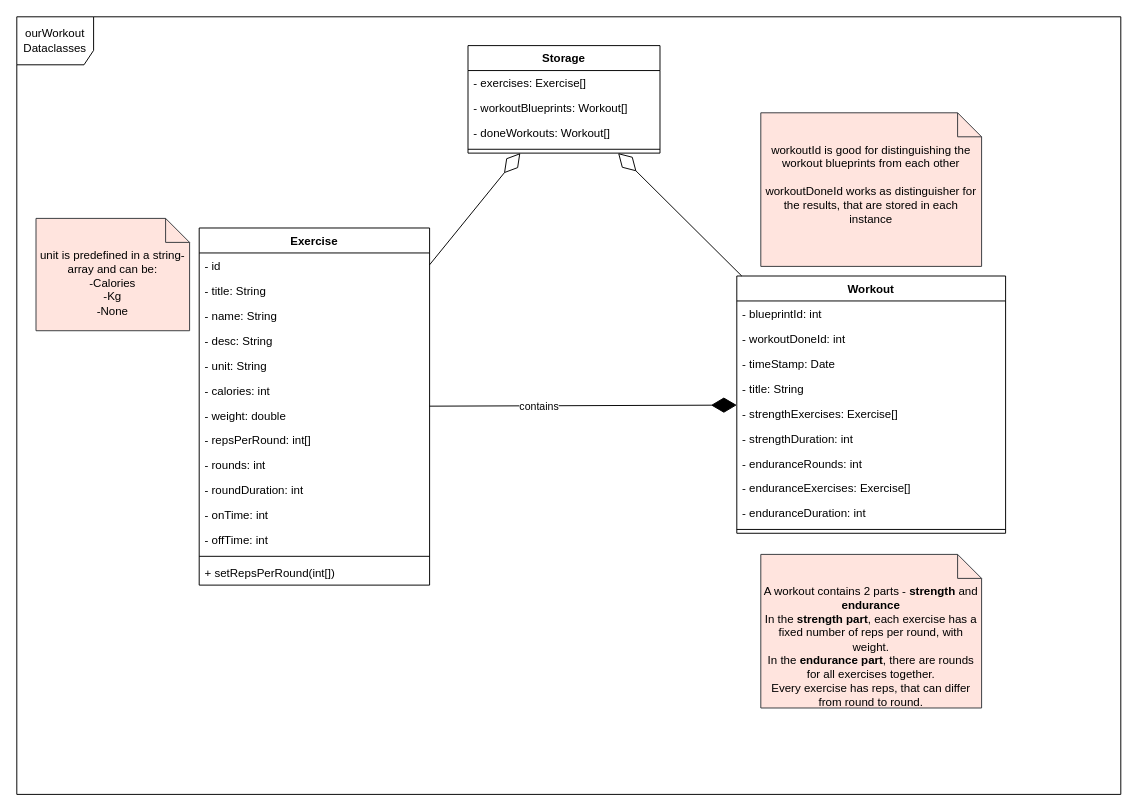
Above: page "data-classes" (3 of 4) of 01_Documentation/diagrams.drawio in Vollol1/ourWorkout (draw.io), before the change. Source tidied: cells renumbered, new cells numbered last; positions are measured from the earlier drawing's top-left corner, leaving out a move shared by most shapes. Both pictures are drawn from the tidied source at 96%, with x=0, y=0 at pixel (16, 16).
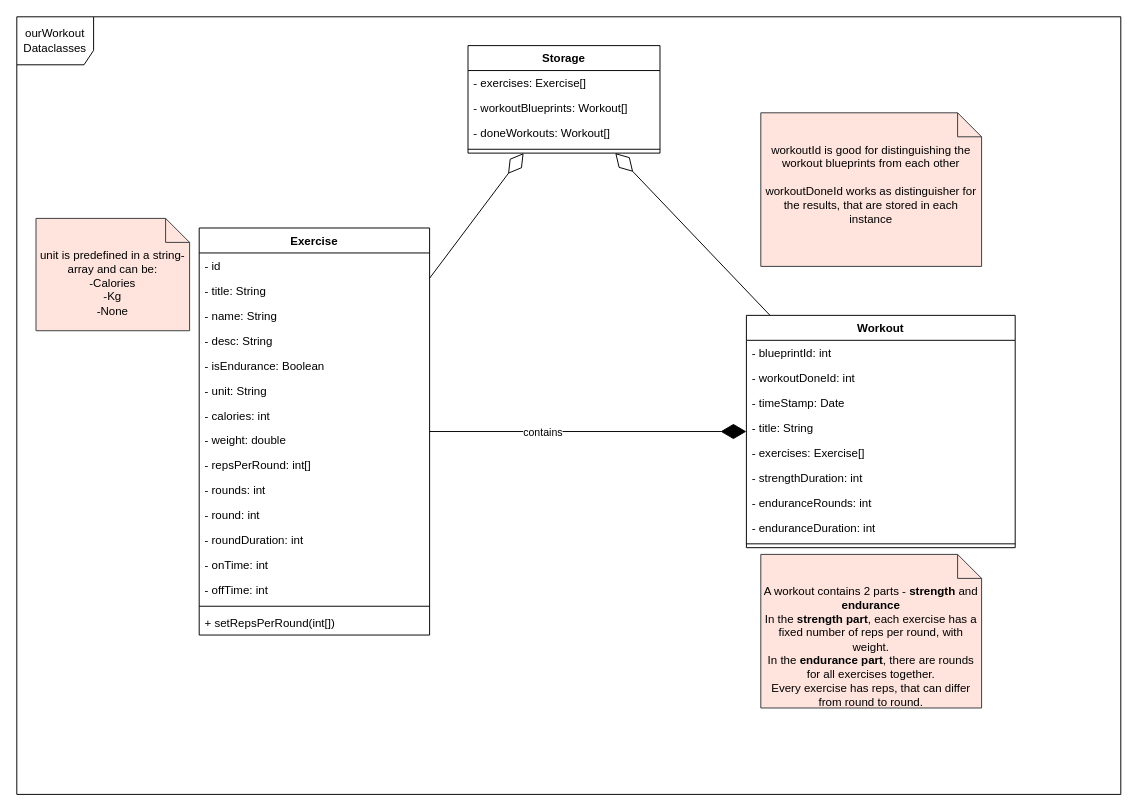
After the change.

The edit, as a diff of the source:
```diff
@@
     <mxCell id="3" value="Exercise" style="swimlane;fontStyle=1;align=center;verticalAlign=top;horizontal=1;startSize=26;" parent="1" vertex="1">
-      <mxGeometry x="190" y="220" width="240" height="372" as="geometry" />
+      <mxGeometry x="190" y="220" width="240" height="424" as="geometry" />
     </mxCell>
@@
+    <mxCell id="41" value="- isEndurance: Boolean" style="text;strokeColor=none;fillColor=none;align=left;verticalAlign=top;spacingLeft=4;spacingRight=4;overflow=hidden;" parent="3" vertex="1">
+      <mxGeometry y="130" width="240" height="26" as="geometry" />
+    </mxCell>
     <mxCell id="8" value="- unit: String" style="text;strokeColor=none;fillColor=none;align=left;verticalAlign=top;spacingLeft=4;spacingRight=4;overflow=hidden;" parent="3" vertex="1">
-      <mxGeometry y="130" width="240" height="26" as="geometry" />
+      <mxGeometry y="156" width="240" height="26" as="geometry" />
     </mxCell>
     <mxCell id="9" value="- calories: int" style="text;strokeColor=none;fillColor=none;align=left;verticalAlign=top;spacingLeft=4;spacingRight=4;overflow=hidden;" parent="3" vertex="1">
-      <mxGeometry y="156" width="240" height="26" as="geometry" />
+      <mxGeometry y="182" width="240" height="26" as="geometry" />
     </mxCell>
     <mxCell id="10" value="- weight: double" style="text;strokeColor=none;fillColor=none;align=left;verticalAlign=top;spacingLeft=4;spacingRight=4;overflow=hidden;" parent="3" vertex="1">
-      <mxGeometry y="182" width="240" height="26" as="geometry" />
+      <mxGeometry y="208" width="240" height="26" as="geometry" />
     </mxCell>
     <mxCell id="11" value="- repsPerRound: int[]" style="text;strokeColor=none;fillColor=none;align=left;verticalAlign=top;spacingLeft=4;spacingRight=4;overflow=hidden;" parent="3" vertex="1">
-      <mxGeometry y="208" width="240" height="26" as="geometry" />
+      <mxGeometry y="234" width="240" height="26" as="geometry" />
     </mxCell>
     <mxCell id="12" value="- rounds: int" style="text;strokeColor=none;fillColor=none;align=left;verticalAlign=top;spacingLeft=4;spacingRight=4;overflow=hidden;" parent="3" vertex="1">
-      <mxGeometry y="234" width="240" height="26" as="geometry" />
+      <mxGeometry y="260" width="240" height="26" as="geometry" />
     </mxCell>
+    <mxCell id="42" value="- round: int" style="text;strokeColor=none;fillColor=none;align=left;verticalAlign=top;spacingLeft=4;spacingRight=4;overflow=hidden;" parent="3" vertex="1">
+      <mxGeometry y="286" width="240" height="26" as="geometry" />
+    </mxCell>
     <mxCell id="13" value="- roundDuration: int" style="text;strokeColor=none;fillColor=none;align=left;verticalAlign=top;spacingLeft=4;spacingRight=4;overflow=hidden;" parent="3" vertex="1">
-      <mxGeometry y="260" width="240" height="26" as="geometry" />
+      <mxGeometry y="312" width="240" height="26" as="geometry" />
     </mxCell>
     <mxCell id="14" value="- onTime: int" style="text;strokeColor=none;fillColor=none;align=left;verticalAlign=top;spacingLeft=4;spacingRight=4;overflow=hidden;" parent="3" vertex="1">
-      <mxGeometry y="286" width="240" height="26" as="geometry" />
+      <mxGeometry y="338" width="240" height="26" as="geometry" />
     </mxCell>
     <mxCell id="15" value="- offTime: int" style="text;strokeColor=none;fillColor=none;align=left;verticalAlign=top;spacingLeft=4;spacingRight=4;overflow=hidden;" parent="3" vertex="1">
-      <mxGeometry y="312" width="240" height="26" as="geometry" />
+      <mxGeometry y="364" width="240" height="26" as="geometry" />
     </mxCell>
     <mxCell id="16" style="line;strokeWidth=1;fillColor=none;align=left;verticalAlign=middle;spacingTop=-1;spacingLeft=3;spacingRight=3;labelPosition=right;strokeColor=inherit;" parent="3" vertex="1">
-      <mxGeometry y="338" width="240" height="8" as="geometry" />
+      <mxGeometry y="390" width="240" height="8" as="geometry" />
     </mxCell>
     <mxCell id="17" value="+ setRepsPerRound(int[])" style="text;strokeColor=none;fillColor=none;align=left;verticalAlign=top;spacingLeft=4;spacingRight=4;overflow=hidden;" parent="3" vertex="1">
-      <mxGeometry y="346" width="240" height="26" as="geometry" />
+      <mxGeometry y="398" width="240" height="26" as="geometry" />
     </mxCell>
     <mxCell id="18" value="Workout" style="swimlane;fontStyle=1;align=center;verticalAlign=top;horizontal=1;startSize=26;" parent="1" vertex="1">
-      <mxGeometry x="750" y="270" width="280" height="268" as="geometry" />
+      <mxGeometry x="760" y="311" width="280" height="242" as="geometry" />
     </mxCell>
@@
-    <mxCell id="23" value="- strengthExercises: Exercise[]" style="text;strokeColor=none;fillColor=none;align=left;verticalAlign=top;spacingLeft=4;spacingRight=4;overflow=hidden;" parent="18" vertex="1">
+    <mxCell id="23" value="- exercises: Exercise[]" style="text;strokeColor=none;fillColor=none;align=left;verticalAlign=top;spacingLeft=4;spacingRight=4;overflow=hidden;" parent="18" vertex="1">
       <mxGeometry y="130" width="280" height="26" as="geometry" />
     </mxCell>
@@
-    <mxCell id="26" value="- enduranceExercises: Exercise[]" style="text;strokeColor=none;fillColor=none;align=left;verticalAlign=top;spacingLeft=4;spacingRight=4;overflow=hidden;" parent="18" vertex="1">
-      <mxGeometry y="208" width="280" height="26" as="geometry" />
-    </mxCell>
     <mxCell id="27" value="- enduranceDuration: int" style="text;strokeColor=none;fillColor=none;align=left;verticalAlign=top;spacingLeft=4;spacingRight=4;overflow=hidden;" parent="18" vertex="1">
-      <mxGeometry y="234" width="280" height="26" as="geometry" />
+      <mxGeometry y="208" width="280" height="26" as="geometry" />
     </mxCell>
     <mxCell id="28" style="line;strokeWidth=1;fillColor=none;align=left;verticalAlign=middle;spacingTop=-1;spacingLeft=3;spacingRight=3;labelPosition=right;strokeColor=inherit;" parent="18" vertex="1">
-      <mxGeometry y="260" width="280" height="8" as="geometry" />
+      <mxGeometry y="234" width="280" height="8" as="geometry" />
     </mxCell>
```
